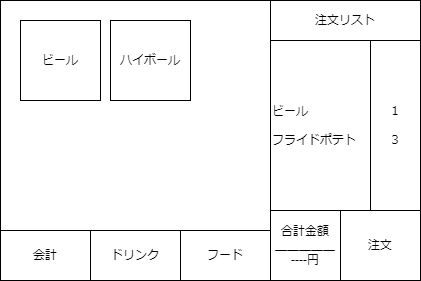
The draw.io diagram psp4/画面項目図_注文画面.drawio.png in MasakiHiguchi/---, before a commit. Source tidied: cells renumbered, new cells last; positions are measured from the earlier drawing's top-left corner, leaving out a move shared by most shapes. Source of this version:
```xml
<mxGraphModel>
  <root>
    <mxCell id="0" />
    <mxCell id="1" parent="0" />
    <mxCell id="2" style="rounded=0;whiteSpace=wrap;html=1;" parent="1" vertex="1">
      <mxGeometry width="420" height="280" as="geometry" />
    </mxCell>
    <mxCell id="3" value="会計" style="rounded=0;whiteSpace=wrap;html=1;" parent="1" vertex="1">
      <mxGeometry y="230" width="90" height="50" as="geometry" />
    </mxCell>
    <mxCell id="4" value="ドリンク&lt;span style=&quot;color: rgba(0, 0, 0, 0); font-family: monospace; font-size: 0px; text-align: start;&quot;&gt;%3CmxGraphModel%3E%3Croot%3E%3CmxCell%20id%3D%220%22%2F%3E%3CmxCell%20id%3D%221%22%20parent%3D%220%22%2F%3E%3CmxCell%20id%3D%222%22%20value%3D%22%E4%BC%9A%E8%A8%88%22%20style%3D%22rounded%3D0%3BwhiteSpace%3Dwrap%3Bhtml%3D1%3B%22%20vertex%3D%221%22%20parent%3D%221%22%3E%3CmxGeometry%20x%3D%2220%22%20y%3D%22340%22%20width%3D%2290%22%20height%3D%2250%22%20as%3D%22geometry%22%2F%3E%3C%2FmxCell%3E%3C%2Froot%3E%3C%2FmxGraphModel%3E&lt;/span&gt;" style="rounded=0;whiteSpace=wrap;html=1;" parent="1" vertex="1">
      <mxGeometry x="90" y="230" width="90" height="50" as="geometry" />
    </mxCell>
    <mxCell id="5" value="フード" style="rounded=0;whiteSpace=wrap;html=1;" parent="1" vertex="1">
      <mxGeometry x="180" y="230" width="90" height="50" as="geometry" />
    </mxCell>
    <mxCell id="6" value="ビール" style="whiteSpace=wrap;html=1;" parent="1" vertex="1">
      <mxGeometry x="20" y="20" width="80" height="80" as="geometry" />
    </mxCell>
    <mxCell id="7" value="ハイボール" style="whiteSpace=wrap;html=1;" parent="1" vertex="1">
      <mxGeometry x="110" y="20" width="80" height="80" as="geometry" />
    </mxCell>
    <mxCell id="8" value="注文リスト" style="rounded=0;whiteSpace=wrap;html=1;" parent="1" vertex="1">
      <mxGeometry x="270" width="150" height="40" as="geometry" />
    </mxCell>
    <mxCell id="9" value="合計金額&lt;br&gt;＿＿＿＿＿&lt;br&gt;----円" style="rounded=0;whiteSpace=wrap;html=1;" parent="1" vertex="1">
      <mxGeometry x="270" y="210" width="70" height="70" as="geometry" />
    </mxCell>
    <mxCell id="10" value="注文" style="rounded=0;whiteSpace=wrap;html=1;" parent="1" vertex="1">
      <mxGeometry x="340" y="210" width="80" height="70" as="geometry" />
    </mxCell>
    <mxCell id="11" value="１&lt;br&gt;&lt;br&gt;３" style="rounded=0;whiteSpace=wrap;html=1;" parent="1" vertex="1">
      <mxGeometry x="370" y="40" width="50" height="170" as="geometry" />
    </mxCell>
    <mxCell id="12" value="ビール&lt;br&gt;&lt;br&gt;&lt;div style=&quot;&quot;&gt;&lt;span style=&quot;background-color: initial;&quot;&gt;フライドポテト&lt;/span&gt;&lt;/div&gt;" style="rounded=0;whiteSpace=wrap;html=1;align=left;" parent="1" vertex="1">
      <mxGeometry x="270" y="40" width="100" height="170" as="geometry" />
    </mxCell>
  </root>
</mxGraphModel>
```
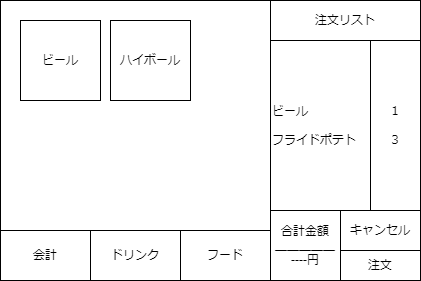
Above is the later version.

Commit message:
キャンセルボタンを追加

Diff of the diagram source:
```diff
@@ -27,7 +27,7 @@
       <mxGeometry x="270" y="210" width="70" height="70" as="geometry" />
     </mxCell>
     <mxCell id="10" value="注文" style="rounded=0;whiteSpace=wrap;html=1;" parent="1" vertex="1">
-      <mxGeometry x="340" y="210" width="80" height="70" as="geometry" />
+      <mxGeometry x="340" y="250" width="80" height="30" as="geometry" />
     </mxCell>
     <mxCell id="11" value="１&lt;br&gt;&lt;br&gt;３" style="rounded=0;whiteSpace=wrap;html=1;" parent="1" vertex="1">
       <mxGeometry x="370" y="40" width="50" height="170" as="geometry" />
@@ -35,5 +35,8 @@
     <mxCell id="12" value="ビール&lt;br&gt;&lt;br&gt;&lt;div style=&quot;&quot;&gt;&lt;span style=&quot;background-color: initial;&quot;&gt;フライドポテト&lt;/span&gt;&lt;/div&gt;" style="rounded=0;whiteSpace=wrap;html=1;align=left;" parent="1" vertex="1">
       <mxGeometry x="270" y="40" width="100" height="170" as="geometry" />
     </mxCell>
+    <mxCell id="13" value="キャンセル" style="rounded=0;whiteSpace=wrap;html=1;" parent="1" vertex="1">
+      <mxGeometry x="340" y="210" width="80" height="40" as="geometry" />
+    </mxCell>
   </root>
 </mxGraphModel>
```
